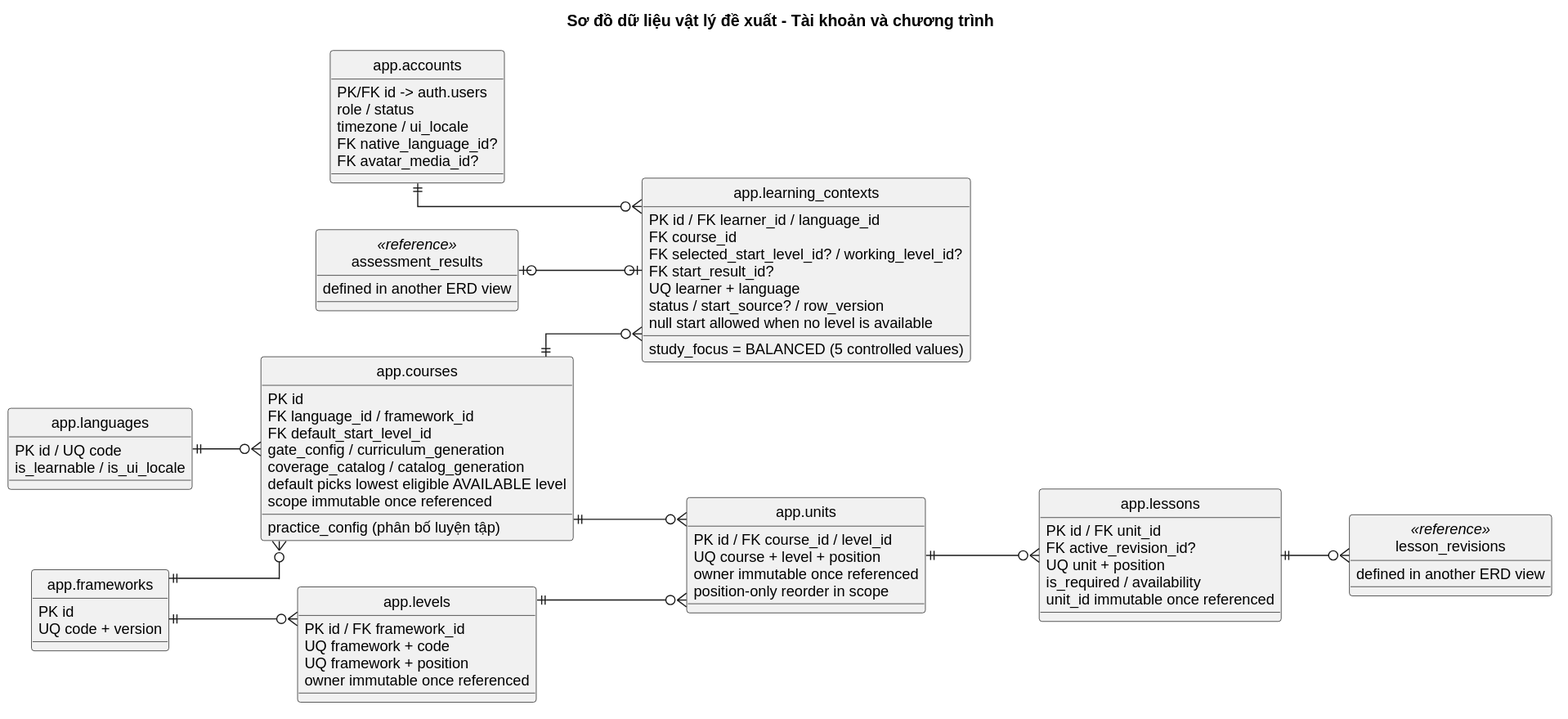
PhamNguyenThanhTung/lingora-workspace keeps this PlantUML diagram as docs/design/physical/physical-erd-identity.svg. Above is the earlier version. The source it was exported from:
```plantuml
@startuml
skinparam backgroundColor white
skinparam monochrome true
skinparam shadowing false
skinparam defaultFontName Arial
skinparam defaultFontSize 13
skinparam linetype ortho
skinparam nodesep 40
skinparam ranksep 60
hide circle
left to right direction
title Sơ đồ dữ liệu vật lý đề xuất - Tài khoản và chương trình
entity "app.accounts" as accounts {
  PK/FK id -> auth.users
  role / status
  timezone / ui_locale
  FK native_language_id?
  FK avatar_media_id?
}
entity "app.languages" as languages {
  PK id / UQ code
  is_learnable / is_ui_locale
}
entity "app.frameworks" as frameworks {
  PK id
  UQ code + version
}
entity "app.levels" as levels {
  PK id / FK framework_id
  UQ framework + code
  UQ framework + position
  owner immutable once referenced
}
entity "app.courses" as courses {
  PK id
  FK language_id / framework_id
  FK default_start_level_id
  gate_config / curriculum_generation
  practice_config (phân bố luyện tập)
  coverage_catalog / catalog_generation
  default picks lowest eligible AVAILABLE level
  scope immutable once referenced
}
entity "app.units" as units {
  PK id / FK course_id / level_id
  UQ course + level + position
  owner immutable once referenced
  position-only reorder in scope
}
entity "app.lessons" as lessons {
  PK id / FK unit_id
  FK active_revision_id?
  UQ unit + position
  is_required / availability
  unit_id immutable once referenced
}
entity "app.learning_contexts" as learning_contexts {
  PK id / FK learner_id / language_id
  FK course_id
  FK selected_start_level_id? / working_level_id?
  FK start_result_id?
  UQ learner + language
  status / start_source? / row_version
  study_focus = BALANCED (5 controlled values)
  null start allowed when no level is available
}
entity "lesson_revisions" as lesson_revisions <<reference>> {
  defined in another ERD view
}
entity "assessment_results" as assessment_results <<reference>> {
  defined in another ERD view
}
accounts ||--o{ learning_contexts
languages ||--o{ courses
frameworks ||--o{ levels
frameworks ||--o{ courses
courses ||--o{ units
levels ||--o{ units
units ||--o{ lessons
courses ||--o{ learning_contexts
lessons ||--o{ lesson_revisions
assessment_results |o--o| learning_contexts
@enduml
```
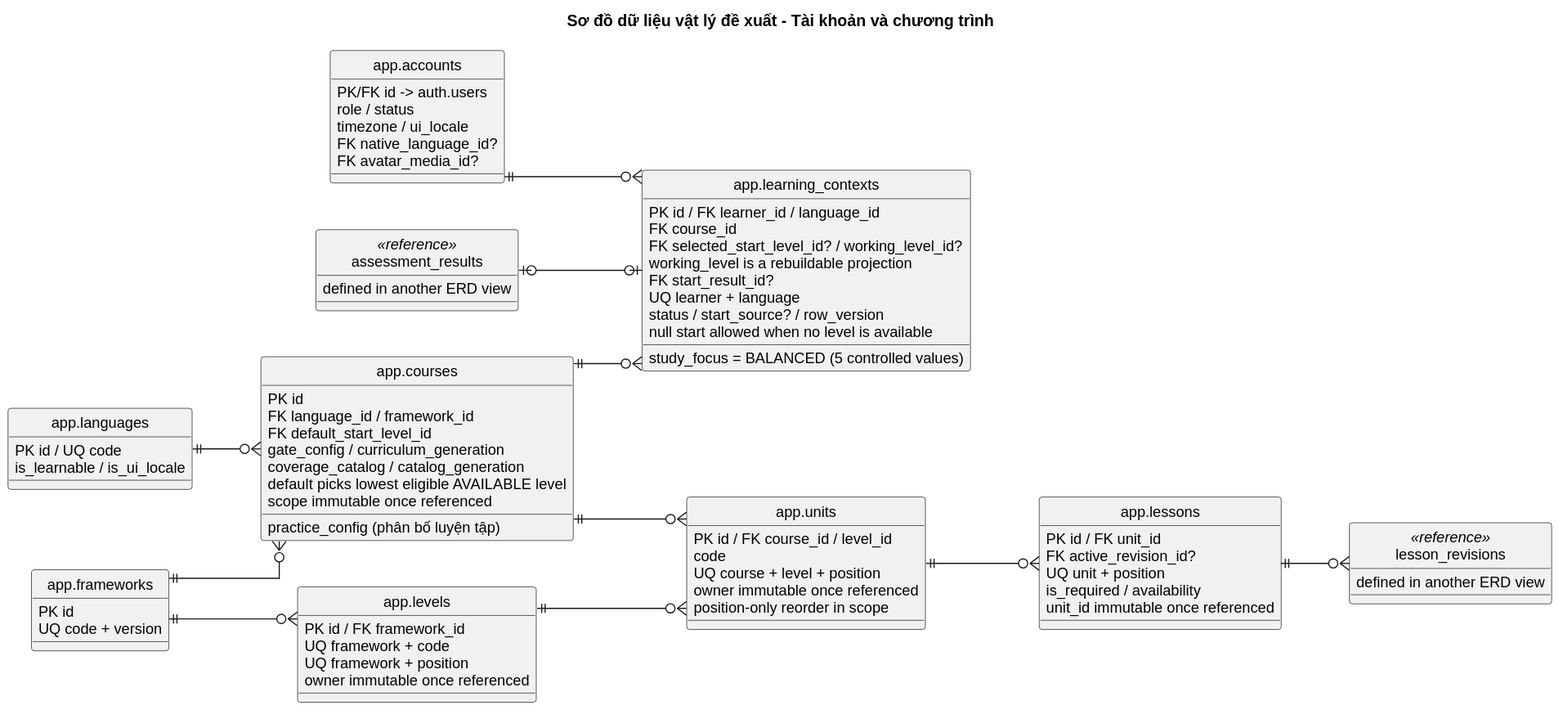
Later version of the same file.

Change to the diagram source:
```diff
@@ -43,6 +43,7 @@
 }
 entity "app.units" as units {
   PK id / FK course_id / level_id
+  code
   UQ course + level + position
   owner immutable once referenced
   position-only reorder in scope
@@ -58,6 +59,7 @@
   PK id / FK learner_id / language_id
   FK course_id
   FK selected_start_level_id? / working_level_id?
+  working_level is a rebuildable projection
   FK start_result_id?
   UQ learner + language
   status / start_source? / row_version
```
